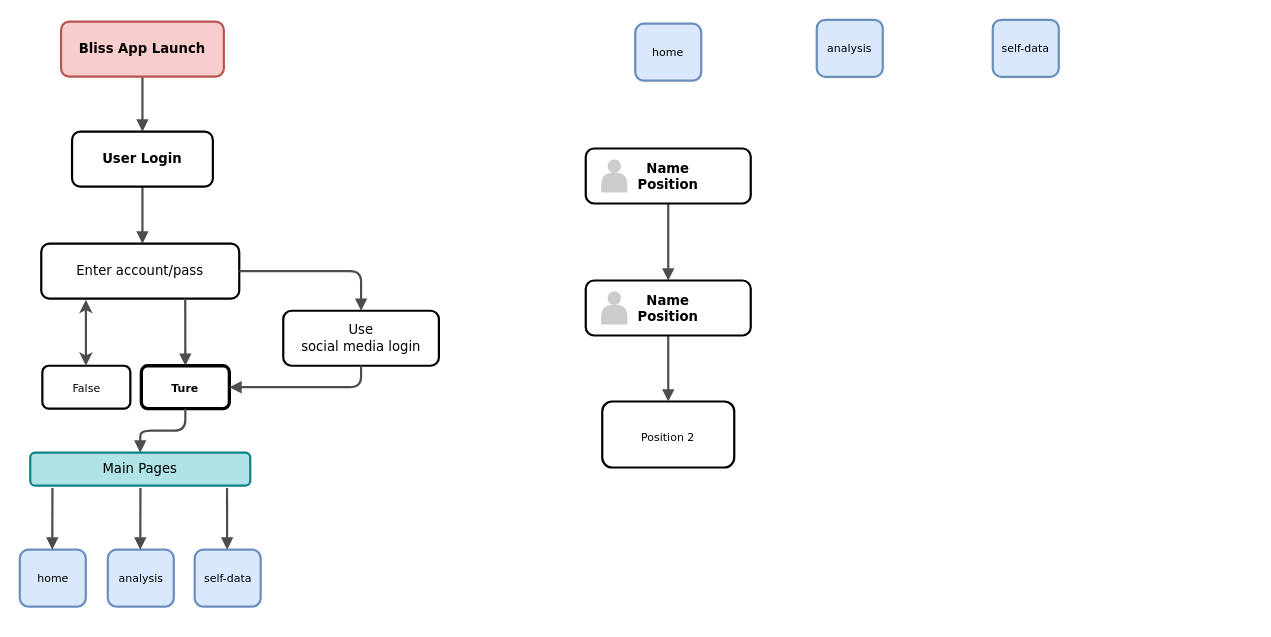
This is Untitled Diagram.drawio from jilllin0402/2023_home, a draw.io file, before an edit. Source tidied: cells renumbered, new cells numbered last; positions are measured from the earlier drawing's top-left corner, leaving out a move shared by most shapes. Both pictures are drawn from the tidied source at 110%, with x=0, y=0 at pixel (19, 19).
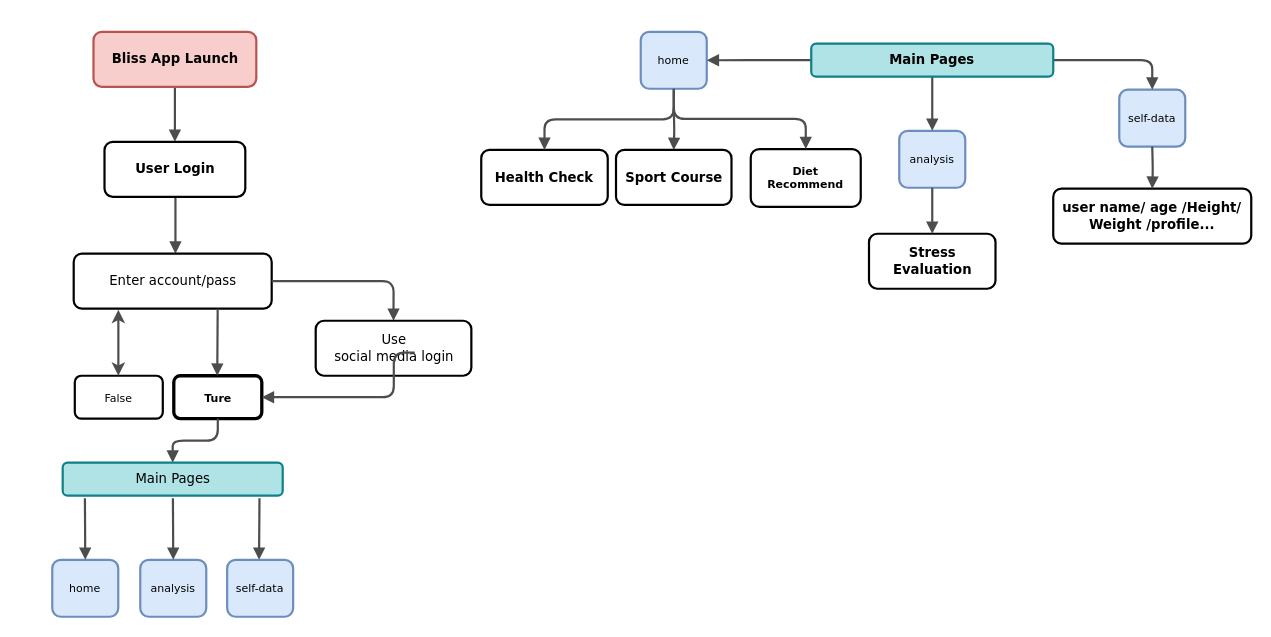
After the change.

Commit message:
App flow chart

What changed in the source:
```diff
@@
     <mxCell id="2" style="whiteSpace=wrap;html=1;rounded=1;shadow=0;comic=0;strokeWidth=2;fontFamily=Verdana;align=center;fontSize=10;" parent="1" vertex="1">
-      <mxGeometry x="530" y="347.5" width="120" height="60" as="geometry" />
+      <mxGeometry x="665" y="118" width="100" height="52.5" as="geometry" />
     </mxCell>
     <mxCell id="3" style="whiteSpace=wrap;html=1;rounded=1;shadow=0;comic=0;strokeWidth=3;fontFamily=Verdana;align=center;fontSize=10;" parent="1" vertex="1">
-      <mxGeometry x="111" y="315" width="80" height="39" as="geometry" />
+      <mxGeometry x="140.5" y="324.1" width="80" height="39" as="geometry" />
     </mxCell>
     <mxCell id="4" value="analysis" style="whiteSpace=wrap;html=1;rounded=1;shadow=0;comic=0;strokeWidth=2;fontFamily=Verdana;align=center;fontSize=10;fillColor=#dae8fc;strokeColor=#6c8ebf;" parent="1" vertex="1">
-      <mxGeometry x="80.5" y="482.2" width="60" height="51.8" as="geometry" />
+      <mxGeometry x="110" y="491.4" width="60" height="51.8" as="geometry" />
     </mxCell>
@@
-    <mxCell id="8" style="edgeStyle=orthogonalEdgeStyle;rounded=1;html=1;labelBackgroundColor=none;endArrow=block;endFill=1;strokeColor=#4D4D4D;strokeWidth=2;fontFamily=Verdana;fontSize=12;fontStyle=1;" parent="1" edge="1" source="16" target="18">
-      <mxGeometry relative="1" as="geometry" />
+    <mxCell id="8" style="edgeStyle=orthogonalEdgeStyle;rounded=1;html=1;labelBackgroundColor=none;endArrow=block;endFill=1;strokeColor=#4D4D4D;strokeWidth=2;fontFamily=Verdana;fontSize=12;fontStyle=1;" parent="1" edge="1" target="18">
+      <mxGeometry relative="1" as="geometry">
+        <mxPoint x="595" y="80.5" as="sourcePoint" />
+      </mxGeometry>
     </mxCell>
-    <mxCell id="9" style="edgeStyle=orthogonalEdgeStyle;rounded=1;html=1;labelBackgroundColor=none;endArrow=block;endFill=1;strokeColor=#4D4D4D;strokeWidth=2;fontFamily=Verdana;fontSize=10;entryX=0.5;entryY=0;entryDx=0;entryDy=0;" parent="1" edge="1" source="18" target="2">
+    <mxCell id="9" style="edgeStyle=orthogonalEdgeStyle;rounded=1;html=1;labelBackgroundColor=none;endArrow=block;endFill=1;strokeColor=#4D4D4D;strokeWidth=2;fontFamily=Verdana;fontSize=10;entryX=0.5;entryY=0;entryDx=0;entryDy=0;exitX=0.5;exitY=1;exitDx=0;exitDy=0;" parent="1" edge="1" source="33" target="2">
       <mxGeometry relative="1" as="geometry" />
     </mxCell>
     <mxCell id="10" value="Ture" style="text;html=1;strokeColor=none;fillColor=none;align=center;verticalAlign=middle;whiteSpace=wrap;rounded=1;shadow=0;comic=0;fontFamily=Verdana;fontSize=10;fontStyle=1;" parent="1" vertex="1">
-      <mxGeometry x="121" y="322" width="60" height="25" as="geometry" />
+      <mxGeometry x="150.5" y="331.1" width="60" height="25" as="geometry" />
     </mxCell>
-    <mxCell id="11" value="Position 2" style="text;html=1;strokeColor=none;fillColor=none;align=center;verticalAlign=middle;whiteSpace=wrap;rounded=1;shadow=0;comic=0;fontFamily=Verdana;fontSize=10;" parent="1" vertex="1">
-      <mxGeometry x="545" y="367.5" width="90" height="25" as="geometry" />
+    <mxCell id="11" value="Diet Recommend" style="text;html=1;strokeColor=none;fillColor=none;align=center;verticalAlign=middle;whiteSpace=wrap;rounded=1;shadow=0;comic=0;fontFamily=Verdana;fontSize=10;fontStyle=1;" parent="1" vertex="1">
+      <mxGeometry x="670" y="131.8" width="90" height="25" as="geometry" />
     </mxCell>
     <mxCell id="12" value="User Login" style="whiteSpace=wrap;html=1;rounded=1;shadow=0;comic=0;strokeWidth=2;fontFamily=Verdana;align=center;fontSize=12;fontStyle=1;" parent="1" vertex="1">
-      <mxGeometry x="48" y="102.2" width="128" height="50" as="geometry" />
+      <mxGeometry x="77.5" y="111.4" width="128" height="50" as="geometry" />
     </mxCell>
     <mxCell id="13" value="Enter account/pass" style="whiteSpace=wrap;html=1;rounded=1;shadow=0;comic=0;strokeWidth=2;fontFamily=Verdana;align=center;fontSize=12;fontStyle=0;" parent="1" vertex="1">
-      <mxGeometry x="20" y="204" width="180" height="50" as="geometry" />
+      <mxGeometry x="49.5" y="213.1" width="180" height="50" as="geometry" />
     </mxCell>
     <mxCell id="14" value="Main Pages" style="whiteSpace=wrap;html=1;rounded=1;shadow=0;comic=0;strokeWidth=2;fontFamily=Verdana;align=center;fontSize=12;fontStyle=0;fillColor=#b0e3e6;strokeColor=#0e8088;" parent="1" vertex="1">
-      <mxGeometry x="10" y="394" width="200" height="30" as="geometry" />
+      <mxGeometry x="39.5" y="403.1" width="200" height="30" as="geometry" />
     </mxCell>
     <mxCell id="15" value="Bliss App Launch" style="whiteSpace=wrap;html=1;rounded=1;shadow=0;comic=0;strokeWidth=2;fontFamily=Verdana;align=center;fontSize=12;fontStyle=1;fillColor=#f8cecc;strokeColor=#b85450;" parent="1" vertex="1">
-      <mxGeometry x="38" y="2.2" width="148" height="50" as="geometry" />
+      <mxGeometry x="67.5" y="11.4" width="148" height="50" as="geometry" />
     </mxCell>
-    <mxCell id="16" value="Name&lt;div&gt;&lt;span&gt;Position&lt;/span&gt;&lt;/div&gt;" style="whiteSpace=wrap;html=1;rounded=1;shadow=0;comic=0;strokeWidth=2;fontFamily=Verdana;align=center;fontSize=12;fontStyle=1;" parent="1" vertex="1">
-      <mxGeometry x="515" y="117.5" width="150" height="50" as="geometry" />
+    <mxCell id="16" value="Health Check" style="whiteSpace=wrap;html=1;rounded=1;shadow=0;comic=0;strokeWidth=2;fontFamily=Verdana;align=center;fontSize=12;fontStyle=1;" parent="1" vertex="1">
+      <mxGeometry x="420" y="118.8" width="115" height="50" as="geometry" />
     </mxCell>
-    <mxCell id="17" style="shape=actor;whiteSpace=wrap;html=1;rounded=0;shadow=0;comic=0;strokeWidth=1;fillColor=#CCCCCC;fontFamily=Verdana;align=center;strokeColor=none;fontSize=12;fontStyle=1;" parent="1" vertex="1">
-      <mxGeometry x="529" y="127.5" width="24" height="30" as="geometry" />
-    </mxCell>
-    <mxCell id="18" value="Name&lt;div&gt;&lt;span&gt;Position&lt;/span&gt;&lt;/div&gt;" style="whiteSpace=wrap;html=1;rounded=1;shadow=0;comic=0;strokeWidth=2;fontFamily=Verdana;align=center;fontSize=12;fontStyle=1;" parent="1" vertex="1">
-      <mxGeometry x="515" y="237.5" width="150" height="50" as="geometry" />
+    <mxCell id="18" value="Sport Course" style="whiteSpace=wrap;html=1;rounded=1;shadow=0;comic=0;strokeWidth=2;fontFamily=Verdana;align=center;fontSize=12;fontStyle=1;" parent="1" vertex="1">
+      <mxGeometry x="542.5" y="118.8" width="105" height="50" as="geometry" />
     </mxCell>
-    <mxCell id="19" style="shape=actor;whiteSpace=wrap;html=1;rounded=0;shadow=0;comic=0;strokeWidth=1;fillColor=#CCCCCC;fontFamily=Verdana;align=center;strokeColor=none;fontSize=12;fontStyle=1;" parent="1" vertex="1">
-      <mxGeometry x="529" y="247.5" width="24" height="30" as="geometry" />
-    </mxCell>
     <mxCell id="20" style="whiteSpace=wrap;html=1;rounded=1;shadow=0;comic=0;strokeWidth=2;fontFamily=Verdana;align=center;fontSize=10;" parent="1" vertex="1">
-      <mxGeometry x="21" y="315" width="80" height="39" as="geometry" />
+      <mxGeometry x="50.5" y="324.1" width="80" height="39" as="geometry" />
     </mxCell>
     <mxCell id="21" value="False" style="text;html=1;strokeColor=none;fillColor=none;align=center;verticalAlign=middle;whiteSpace=wrap;rounded=1;shadow=0;comic=0;fontFamily=Verdana;fontSize=10;" parent="1" vertex="1">
-      <mxGeometry x="28.5" y="322" width="65" height="25" as="geometry" />
+      <mxGeometry x="58" y="331.1" width="65" height="25" as="geometry" />
     </mxCell>
     <mxCell id="22" style="endArrow=classic;startArrow=classic;html=1;align=center;strokeColor=#4D4D4D;strokeWidth=2;" parent="1" edge="1">
       <mxGeometry relative="1" as="geometry">
-        <mxPoint x="60.6" y="315" as="sourcePoint" />
-        <mxPoint x="60.6" y="255" as="targetPoint" />
+        <mxPoint x="90.1" y="324.1" as="sourcePoint" />
+        <mxPoint x="90.1" y="264.1" as="targetPoint" />
       </mxGeometry>
     </mxCell>
@@
     <mxCell id="24" value="Use &lt;br&gt;social media login" style="whiteSpace=wrap;html=1;rounded=1;shadow=0;comic=0;strokeWidth=2;fontFamily=Verdana;align=center;fontSize=12;fontStyle=0;" parent="1" vertex="1">
-      <mxGeometry x="240" y="265" width="141.5" height="50" as="geometry" />
+      <mxGeometry x="269.5" y="274.1" width="141.5" height="50" as="geometry" />
     </mxCell>
-    <mxCell id="25" style="edgeStyle=orthogonalEdgeStyle;rounded=1;html=1;labelBackgroundColor=none;endArrow=block;endFill=1;strokeColor=#4D4D4D;strokeWidth=2;fontFamily=Verdana;fontSize=12;fontStyle=1;entryX=1;entryY=0.5;entryDx=0;entryDy=0;exitX=0.5;exitY=1;exitDx=0;exitDy=0;" parent="1" edge="1" source="24" target="3">
+    <mxCell id="25" style="edgeStyle=orthogonalEdgeStyle;rounded=1;html=1;labelBackgroundColor=none;endArrow=block;endFill=1;strokeColor=#4D4D4D;strokeWidth=2;fontFamily=Verdana;fontSize=12;fontStyle=1;entryX=1;entryY=0.5;entryDx=0;entryDy=0;" parent="1" edge="1" target="3">
       <mxGeometry relative="1" as="geometry">
+        <mxPoint x="359.5" y="303.1" as="sourcePoint" />
         <Array as="points">
-          <mxPoint x="311" y="335" />
+          <mxPoint x="340.5" y="344.1" />
         </Array>
       </mxGeometry>
     </mxCell>
     <mxCell id="26" value="home" style="whiteSpace=wrap;html=1;rounded=1;shadow=0;comic=0;strokeWidth=2;fontFamily=Verdana;align=center;fontSize=10;fillColor=#dae8fc;strokeColor=#6c8ebf;verticalAlign=middle;" parent="1" vertex="1">
-      <mxGeometry x="0.5" y="482.2" width="60" height="51.8" as="geometry" />
+      <mxGeometry x="30" y="491.4" width="60" height="51.8" as="geometry" />
     </mxCell>
     <mxCell id="27" style="edgeStyle=elbowEdgeStyle;rounded=1;html=1;labelBackgroundColor=none;endArrow=block;endFill=1;strokeColor=#4D4D4D;strokeWidth=2;fontFamily=Verdana;fontSize=10;verticalAlign=middle;align=center;" parent="1" edge="1">
       <mxGeometry relative="1" as="geometry">
-        <mxPoint x="30.2" y="426.2" as="sourcePoint" />
-        <mxPoint x="30.2" y="482.2" as="targetPoint" />
+        <mxPoint x="59.7" y="435.4" as="sourcePoint" />
+        <mxPoint x="59.7" y="491.4" as="targetPoint" />
       </mxGeometry>
     </mxCell>
     <mxCell id="28" value="self-data" style="whiteSpace=wrap;html=1;rounded=1;shadow=0;comic=0;strokeWidth=2;fontFamily=Verdana;align=center;fontSize=10;fillColor=#dae8fc;strokeColor=#6c8ebf;verticalAlign=middle;" parent="1" vertex="1">
-      <mxGeometry x="159.5" y="482.2" width="60" height="51.8" as="geometry" />
+      <mxGeometry x="189" y="491.4" width="60" height="51.8" as="geometry" />
     </mxCell>
     <mxCell id="29" style="edgeStyle=elbowEdgeStyle;rounded=1;html=1;labelBackgroundColor=none;endArrow=block;endFill=1;strokeColor=#4D4D4D;strokeWidth=2;fontFamily=Verdana;fontSize=10;verticalAlign=middle;align=center;" parent="1" edge="1">
       <mxGeometry relative="1" as="geometry">
-        <mxPoint x="110.2" y="426.2" as="sourcePoint" />
-        <mxPoint x="110.2" y="482.2" as="targetPoint" />
+        <mxPoint x="139.7" y="435.4" as="sourcePoint" />
+        <mxPoint x="139.7" y="491.4" as="targetPoint" />
       </mxGeometry>
     </mxCell>
     <mxCell id="30" style="edgeStyle=elbowEdgeStyle;rounded=1;html=1;labelBackgroundColor=none;endArrow=block;endFill=1;strokeColor=#4D4D4D;strokeWidth=2;fontFamily=Verdana;fontSize=10;verticalAlign=middle;align=center;" parent="1" edge="1">
       <mxGeometry relative="1" as="geometry">
-        <mxPoint x="188.9" y="426.2" as="sourcePoint" />
-        <mxPoint x="188.9" y="482.2" as="targetPoint" />
+        <mxPoint x="218.4" y="435.4" as="sourcePoint" />
+        <mxPoint x="218.4" y="491.4" as="targetPoint" />
       </mxGeometry>
     </mxCell>
     <mxCell id="31" style="edgeStyle=elbowEdgeStyle;rounded=1;html=1;labelBackgroundColor=none;endArrow=block;endFill=1;strokeColor=#4D4D4D;strokeWidth=2;fontFamily=Verdana;fontSize=12;fontStyle=1;entryX=0.5;entryY=0;entryDx=0;entryDy=0;" parent="1" edge="1" target="3">
       <mxGeometry relative="1" as="geometry">
-        <mxPoint x="150.9" y="254" as="sourcePoint" />
+        <mxPoint x="180.4" y="263.1" as="sourcePoint" />
       </mxGeometry>
     </mxCell>
     <mxCell id="32" value="analysis" style="whiteSpace=wrap;html=1;rounded=1;shadow=0;comic=0;strokeWidth=2;fontFamily=Verdana;align=center;fontSize=10;fillColor=#dae8fc;strokeColor=#6c8ebf;" parent="1" vertex="1">
-      <mxGeometry x="725" y="0.5" width="60" height="51.8" as="geometry" />
+      <mxGeometry x="800" y="101.4" width="60" height="51.8" as="geometry" />
     </mxCell>
     <mxCell id="33" value="home" style="whiteSpace=wrap;html=1;rounded=1;shadow=0;comic=0;strokeWidth=2;fontFamily=Verdana;align=center;fontSize=10;fillColor=#dae8fc;strokeColor=#6c8ebf;verticalAlign=middle;" parent="1" vertex="1">
-      <mxGeometry x="560" y="4" width="60" height="51.8" as="geometry" />
+      <mxGeometry x="565" y="11.4" width="60" height="51.8" as="geometry" />
     </mxCell>
     <mxCell id="34" value="self-data" style="whiteSpace=wrap;html=1;rounded=1;shadow=0;comic=0;strokeWidth=2;fontFamily=Verdana;align=center;fontSize=10;fillColor=#dae8fc;strokeColor=#6c8ebf;verticalAlign=middle;" parent="1" vertex="1">
-      <mxGeometry x="885" y="0.5" width="60" height="51.8" as="geometry" />
+      <mxGeometry x="1000" y="64" width="60" height="51.8" as="geometry" />
     </mxCell>
+    <mxCell id="35" style="edgeStyle=orthogonalEdgeStyle;rounded=1;html=1;labelBackgroundColor=none;endArrow=block;endFill=1;strokeColor=#4D4D4D;strokeWidth=2;fontFamily=Verdana;fontSize=12;fontStyle=1;exitX=0.5;exitY=1;exitDx=0;exitDy=0;" parent="1" edge="1" source="33" target="16">
+      <mxGeometry relative="1" as="geometry" />
+    </mxCell>
+    <mxCell id="36" value="Stress Evaluation" style="whiteSpace=wrap;html=1;rounded=1;shadow=0;comic=0;strokeWidth=2;fontFamily=Verdana;align=center;fontSize=12;fontStyle=1;" parent="1" vertex="1">
+      <mxGeometry x="772.5" y="195" width="115" height="50" as="geometry" />
+    </mxCell>
+    <mxCell id="37" style="edgeStyle=orthogonalEdgeStyle;rounded=1;html=1;labelBackgroundColor=none;endArrow=block;endFill=1;strokeColor=#4D4D4D;strokeWidth=2;fontFamily=Verdana;fontSize=12;fontStyle=1;exitX=0.5;exitY=1;exitDx=0;exitDy=0;" parent="1" edge="1" source="32" target="36">
+      <mxGeometry relative="1" as="geometry" />
+    </mxCell>
+    <mxCell id="38" style="edgeStyle=orthogonalEdgeStyle;rounded=1;html=1;labelBackgroundColor=none;endArrow=block;endFill=1;strokeColor=#4D4D4D;strokeWidth=2;fontFamily=Verdana;fontSize=12;fontStyle=1;exitX=0.5;exitY=1;exitDx=0;exitDy=0;entryX=0.5;entryY=0;entryDx=0;entryDy=0;" parent="1" edge="1" source="41" target="32">
+      <mxGeometry relative="1" as="geometry" />
+    </mxCell>
+    <mxCell id="39" style="edgeStyle=orthogonalEdgeStyle;rounded=1;html=1;labelBackgroundColor=none;endArrow=block;endFill=1;strokeColor=#4D4D4D;strokeWidth=2;fontFamily=Verdana;fontSize=10;exitX=1;exitY=0.5;exitDx=0;exitDy=0;" parent="1" edge="1" source="41" target="34">
+      <mxGeometry relative="1" as="geometry">
+        <Array as="points">
+          <mxPoint x="1030" y="37" />
+        </Array>
+      </mxGeometry>
+    </mxCell>
+    <mxCell id="40" style="edgeStyle=orthogonalEdgeStyle;rounded=1;html=1;labelBackgroundColor=none;endArrow=block;endFill=1;strokeColor=#4D4D4D;strokeWidth=2;fontFamily=Verdana;fontSize=12;fontStyle=1;exitX=0;exitY=0.5;exitDx=0;exitDy=0;entryX=1;entryY=0.5;entryDx=0;entryDy=0;" parent="1" edge="1" source="41" target="33">
+      <mxGeometry relative="1" as="geometry" />
+    </mxCell>
+    <mxCell id="41" value="Main Pages" style="whiteSpace=wrap;html=1;rounded=1;shadow=0;comic=0;strokeWidth=2;fontFamily=Verdana;align=center;fontSize=12;fontStyle=1;fillColor=#b0e3e6;strokeColor=#0e8088;" parent="1" vertex="1">
+      <mxGeometry x="720" y="22.2" width="220" height="30" as="geometry" />
+    </mxCell>
+    <mxCell id="42" value="user name/ age /Height/ Weight /profile..." style="whiteSpace=wrap;html=1;rounded=1;shadow=0;comic=0;strokeWidth=2;fontFamily=Verdana;align=center;fontSize=12;fontStyle=1;" parent="1" vertex="1">
+      <mxGeometry x="940" y="154" width="180" height="50" as="geometry" />
+    </mxCell>
+    <mxCell id="43" style="edgeStyle=orthogonalEdgeStyle;rounded=1;html=1;labelBackgroundColor=none;endArrow=block;endFill=1;strokeColor=#4D4D4D;strokeWidth=2;fontFamily=Verdana;fontSize=12;fontStyle=1;exitX=0.5;exitY=1;exitDx=0;exitDy=0;" parent="1" edge="1" target="42">
+      <mxGeometry relative="1" as="geometry">
+        <mxPoint x="1030" y="115.8" as="sourcePoint" />
+      </mxGeometry>
+    </mxCell>
```
